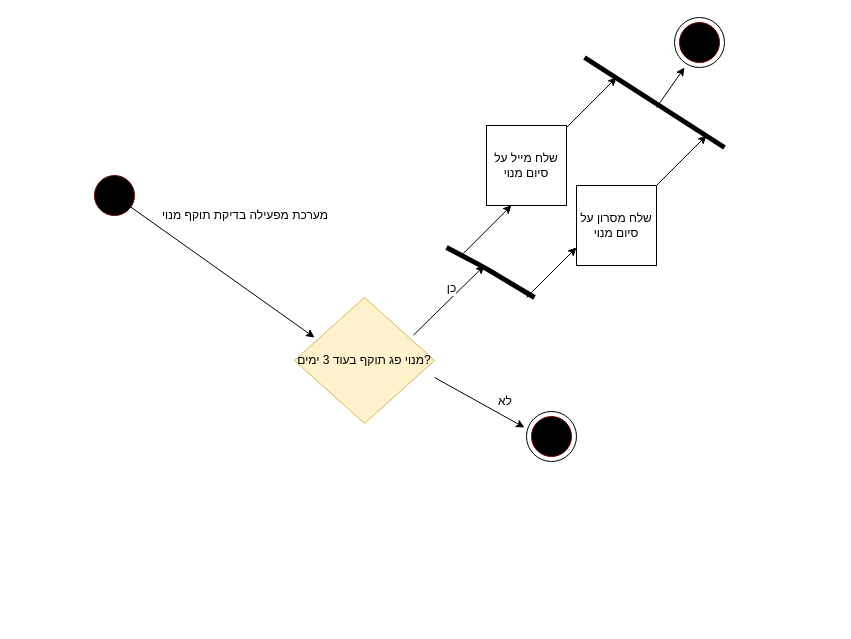
The draw.io diagram Task2/ActivityDiagram4.drawio in leeorkeynan/Software-engineering, before the edit. Source tidied: cells renumbered, new cells numbered last; positions are measured from the earlier drawing's top-left corner, leaving out a move shared by most shapes. Both pictures are drawn from the tidied source at 100%, with x=0, y=0 at pixel (94, 17).
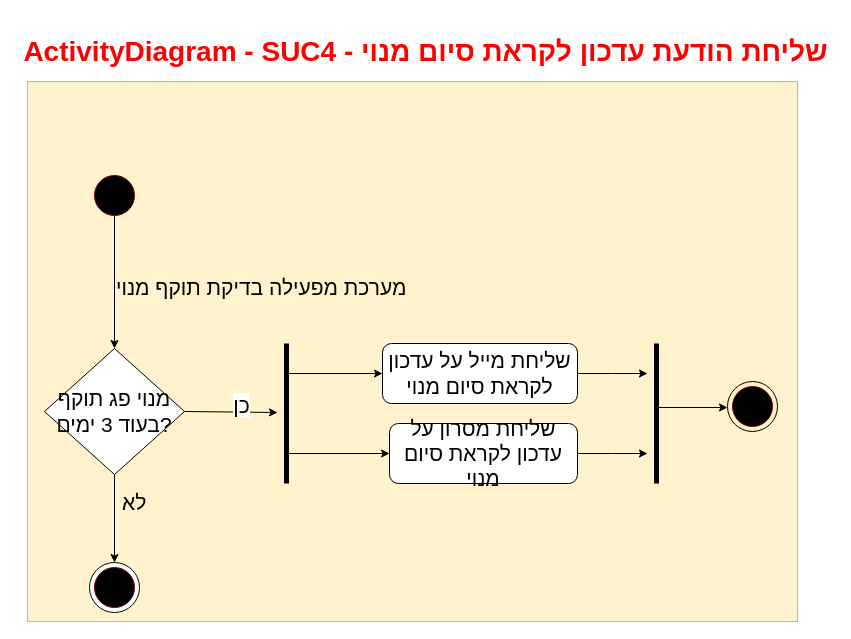
After the change.

The edit, as a diff of the source:
```diff
@@
+    <mxCell id="24" style="rounded=0;whiteSpace=wrap;html=1;fontSize=21;fillColor=#fff2cc;strokeColor=#d6b656;" parent="1" vertex="1">
+      <mxGeometry x="-67" y="64" width="770" height="540" as="geometry" />
+    </mxCell>
-    <mxCell id="2" style="endArrow=classic;html=1;" parent="1" edge="1" source="21">
-      <mxGeometry relative="1" as="geometry">
-        <mxPoint x="220" y="320" as="targetPoint" />
-      </mxGeometry>
+    <mxCell id="2" style="endArrow=classic;html=1;entryX=0.5;entryY=0;entryDx=0;entryDy=0;fontSize=21;" parent="1" edge="1" source="21" target="23">
+      <mxGeometry relative="1" as="geometry" />
     </mxCell>
-    <mxCell id="3" value="מערכת מפעילה בדיקת תוקף מנוי" style="text;html=1;align=left;verticalAlign=top;spacingTop=-4;" parent="1" vertex="1">
-      <mxGeometry x="66" y="188" width="170" height="20" as="geometry" />
+    <mxCell id="3" value="מערכת מפעילה בדיקת תוקף מנוי" style="text;html=1;align=left;verticalAlign=top;spacingTop=-4;fontSize=21;" parent="1" vertex="1">
+      <mxGeometry x="20" y="254.5" width="170" height="20" as="geometry" />
     </mxCell>
-    <mxCell id="4" style="endArrow=classic;html=1;exitX=0.85;exitY=0.298;exitDx=0;exitDy=0;exitPerimeter=0;" parent="1" edge="1" source="23">
+    <mxCell id="4" style="endArrow=classic;html=1;exitX=1;exitY=0.5;exitDx=0;exitDy=0;fontSize=21;" parent="1" edge="1" source="23">
       <mxGeometry relative="1" as="geometry">
-        <mxPoint x="390" y="248" as="targetPoint" />
+        <mxPoint x="183" y="395" as="targetPoint" />
       </mxGeometry>
     </mxCell>
-    <mxCell id="5" value="כן" style="text;html=1;align=center;verticalAlign=middle;labelBackgroundColor=#ffffff;" parent="4" vertex="1">
+    <mxCell id="5" value="כן" style="text;html=1;align=center;verticalAlign=middle;labelBackgroundColor=#ffffff;fontSize=21;" parent="4" vertex="1">
       <mxGeometry x="0.21" y="7" relative="1" as="geometry" />
     </mxCell>
-    <mxCell id="6" style="endArrow=classic;html=1;" parent="1" edge="1">
-      <mxGeometry relative="1" as="geometry">
-        <mxPoint x="340" y="360" as="sourcePoint" />
-        <mxPoint x="430" y="410" as="targetPoint" />
-      </mxGeometry>
+    <mxCell id="6" style="endArrow=classic;html=1;exitX=0.5;exitY=1;exitDx=0;exitDy=0;entryX=0.5;entryY=0;entryDx=0;entryDy=0;fontSize=21;" parent="1" edge="1" source="23" target="8">
+      <mxGeometry relative="1" as="geometry" />
     </mxCell>
-    <mxCell id="7" value="לא" style="text;html=1;align=left;verticalAlign=top;spacingTop=-4;" parent="1" vertex="1">
-      <mxGeometry x="402" y="374" width="30" height="20" as="geometry" />
+    <mxCell id="7" value="לא" style="text;html=1;align=left;verticalAlign=top;spacingTop=-4;fontSize=21;" parent="1" vertex="1">
+      <mxGeometry x="26" y="470" width="30" height="20" as="geometry" />
     </mxCell>
-    <mxCell id="8" style="ellipse;whiteSpace=wrap;html=1;" parent="1" vertex="1">
-      <mxGeometry x="432" y="394" width="50" height="50" as="geometry" />
+    <mxCell id="8" style="ellipse;whiteSpace=wrap;html=1;fontSize=21;" parent="1" vertex="1">
+      <mxGeometry x="-5" y="545" width="50" height="50" as="geometry" />
     </mxCell>
-    <mxCell id="9" style="ellipse;whiteSpace=wrap;html=1;fillColor=#000000;strokeColor=#6F0000;fontColor=#ffffff;" parent="1" vertex="1">
-      <mxGeometry x="437" y="399" width="40" height="40" as="geometry" />
+    <mxCell id="9" style="ellipse;whiteSpace=wrap;html=1;fillColor=#000000;strokeColor=#6F0000;fontColor=#ffffff;fontSize=21;" parent="1" vertex="1">
+      <mxGeometry y="550" width="40" height="40" as="geometry" />
     </mxCell>
-    <mxCell id="10" style="endArrow=none;html=1;strokeWidth=5;" parent="1" edge="1">
+    <mxCell id="10" style="endArrow=none;html=1;strokeWidth=5;fontSize=21;" parent="1" edge="1">
       <mxGeometry relative="1" as="geometry">
-        <mxPoint x="352" y="230" as="sourcePoint" />
-        <mxPoint x="440" y="280" as="targetPoint" />
+        <mxPoint x="192" y="326" as="sourcePoint" />
+        <mxPoint x="192" y="466" as="targetPoint" />
         <Array as="points">
-          <mxPoint x="390" y="250" />
+          <mxPoint x="192" y="396" />
         </Array>
       </mxGeometry>
     </mxCell>
-    <mxCell id="11" style="endArrow=classic;html=1;strokeWidth=1;" parent="1" edge="1">
+    <mxCell id="11" style="endArrow=classic;html=1;strokeWidth=1;entryX=0;entryY=0.5;entryDx=0;entryDy=0;fontSize=21;" parent="1" edge="1" target="29">
       <mxGeometry relative="1" as="geometry">
-        <mxPoint x="367" y="237.8" as="sourcePoint" />
-        <mxPoint x="417" y="187.8" as="targetPoint" />
+        <mxPoint x="193" y="356" as="sourcePoint" />
       </mxGeometry>
     </mxCell>
-    <mxCell id="12" style="endArrow=classic;html=1;strokeWidth=1;" parent="1" edge="1">
+    <mxCell id="12" style="endArrow=classic;html=1;strokeWidth=1;entryX=0;entryY=0.5;entryDx=0;entryDy=0;fontSize=21;" parent="1" edge="1" target="27">
       <mxGeometry relative="1" as="geometry">
-        <mxPoint x="432" y="280" as="sourcePoint" />
-        <mxPoint x="482" y="230" as="targetPoint" />
+        <mxPoint x="193" y="436" as="sourcePoint" />
       </mxGeometry>
     </mxCell>
-    <mxCell id="13" value="שלח מייל על סיום מנוי" style="whiteSpace=wrap;html=1;fillColor=#ffffff;" parent="1" vertex="1">
-      <mxGeometry x="392" y="108" width="80" height="80" as="geometry" />
-    </mxCell>
-    <mxCell id="14" value="שלח מסרון על סיום מנוי" style="whiteSpace=wrap;html=1;fillColor=#ffffff;" parent="1" vertex="1">
-      <mxGeometry x="482" y="168" width="80" height="80" as="geometry" />
-    </mxCell>
-    <mxCell id="15" style="endArrow=classic;html=1;strokeWidth=1;" parent="1" edge="1">
-      <mxGeometry relative="1" as="geometry">
-        <mxPoint x="562" y="168" as="sourcePoint" />
-        <mxPoint x="612" y="118" as="targetPoint" />
-      </mxGeometry>
-    </mxCell>
-    <mxCell id="16" style="endArrow=classic;html=1;strokeWidth=1;" parent="1" edge="1">
-      <mxGeometry relative="1" as="geometry">
-        <mxPoint x="472" y="110" as="sourcePoint" />
-        <mxPoint x="522" y="60" as="targetPoint" />
-      </mxGeometry>
-    </mxCell>
-    <mxCell id="17" style="endArrow=none;html=1;strokeWidth=5;" parent="1" edge="1">
-      <mxGeometry relative="1" as="geometry">
-        <mxPoint x="490" y="40" as="sourcePoint" />
-        <mxPoint x="630" y="130" as="targetPoint" />
-      </mxGeometry>
-    </mxCell>
-    <mxCell id="18" style="endArrow=classic;html=1;strokeWidth=1;" parent="1" edge="1">
-      <mxGeometry relative="1" as="geometry">
-        <mxPoint x="562" y="90" as="sourcePoint" />
-        <mxPoint x="590" y="50" as="targetPoint" />
-      </mxGeometry>
-    </mxCell>
-    <mxCell id="19" style="ellipse;whiteSpace=wrap;html=1;fillColor=#000000;strokeColor=#6F0000;fontColor=#ffffff;" parent="1" vertex="1">
-      <mxGeometry x="585" y="5" width="40" height="40" as="geometry" />
+    <mxCell id="19" style="ellipse;whiteSpace=wrap;html=1;fillColor=#000000;strokeColor=#6F0000;fontColor=#ffffff;fontSize=21;" parent="1" vertex="1">
+      <mxGeometry x="638" y="369" width="40" height="40" as="geometry" />
     </mxCell>
-    <mxCell id="20" style="ellipse;whiteSpace=wrap;html=1;fillColor=none;" parent="1" vertex="1">
-      <mxGeometry x="580" width="50" height="50" as="geometry" />
+    <mxCell id="20" style="ellipse;whiteSpace=wrap;html=1;fillColor=none;fontSize=21;" parent="1" vertex="1">
+      <mxGeometry x="633" y="364" width="50" height="50" as="geometry" />
     </mxCell>
-    <mxCell id="21" style="ellipse;whiteSpace=wrap;html=1;fillColor=#000000;strokeColor=#6F0000;fontColor=#ffffff;" parent="1" vertex="1">
+    <mxCell id="21" style="ellipse;whiteSpace=wrap;html=1;fillColor=#000000;strokeColor=#6F0000;fontColor=#ffffff;fontSize=21;" parent="1" vertex="1">
       <mxGeometry y="158" width="40" height="40" as="geometry" />
     </mxCell>
-    <mxCell id="22" style="endArrow=classic;html=1;" parent="1" edge="1" target="21">
+    <mxCell id="22" style="endArrow=classic;html=1;fontSize=21;" parent="1" edge="1" target="21">
       <mxGeometry relative="1" as="geometry">
         <mxPoint x="20" y="180" as="sourcePoint" />
       </mxGeometry>
     </mxCell>
-    <mxCell id="23" value="&lt;span&gt;מנוי פג תוקף בעוד 3 ימים?&lt;/span&gt;" style="rhombus;whiteSpace=wrap;html=1;fillColor=#fff2cc;strokeColor=#d6b656;" parent="1" vertex="1">
-      <mxGeometry x="200" y="280" width="140" height="126" as="geometry" />
+    <mxCell id="23" value="&lt;span style=&quot;font-size: 21px;&quot;&gt;מנוי פג תוקף בעוד 3 ימים?&lt;/span&gt;" style="rhombus;whiteSpace=wrap;html=1;fontSize=21;" parent="1" vertex="1">
+      <mxGeometry x="-50" y="331" width="140" height="126" as="geometry" />
     </mxCell>
+    <mxCell id="25" value="ActivityDiagram - SUC4 - שליחת הודעת עדכון לקראת סיום מנוי" style="text;html=1;strokeColor=none;fillColor=none;align=center;verticalAlign=middle;whiteSpace=wrap;rounded=0;fontSize=28;fontStyle=1;fontColor=#FF0000;" parent="1" vertex="1">
+      <mxGeometry x="-77" y="4" width="817" height="60" as="geometry" />
+    </mxCell>
+    <mxCell id="26" style="edgeStyle=orthogonalEdgeStyle;rounded=0;jettySize=auto;html=1;fontSize=21;" parent="1" edge="1" source="27">
+      <mxGeometry relative="1" as="geometry">
+        <mxPoint x="553" y="436" as="targetPoint" />
+      </mxGeometry>
+    </mxCell>
+    <mxCell id="27" value="שליחת מסרון על עדכון לקראת סיום מנוי" style="rounded=1;whiteSpace=wrap;html=1;fontSize=21;" parent="1" vertex="1">
+      <mxGeometry x="295" y="406" width="188" height="60" as="geometry" />
+    </mxCell>
+    <mxCell id="28" style="edgeStyle=orthogonalEdgeStyle;rounded=0;jettySize=auto;html=1;fontSize=21;" parent="1" edge="1" source="29">
+      <mxGeometry relative="1" as="geometry">
+        <mxPoint x="553" y="356" as="targetPoint" />
+      </mxGeometry>
+    </mxCell>
+    <mxCell id="29" value="שליחת מייל על עדכון לקראת סיום מנוי" style="rounded=1;whiteSpace=wrap;html=1;fontSize=21;" parent="1" vertex="1">
+      <mxGeometry x="288" y="326" width="195" height="60" as="geometry" />
+    </mxCell>
+    <mxCell id="30" style="endArrow=none;html=1;strokeWidth=5;fontSize=21;" parent="1" edge="1">
+      <mxGeometry relative="1" as="geometry">
+        <mxPoint x="562" y="326" as="sourcePoint" />
+        <mxPoint x="562" y="466" as="targetPoint" />
+        <Array as="points">
+          <mxPoint x="562" y="396" />
+        </Array>
+      </mxGeometry>
+    </mxCell>
+    <mxCell id="31" style="edgeStyle=orthogonalEdgeStyle;rounded=0;orthogonalLoop=1;jettySize=auto;html=1;fontSize=21;" parent="1" edge="1">
+      <mxGeometry relative="1" as="geometry">
+        <mxPoint x="563" y="390" as="sourcePoint" />
+        <mxPoint x="633" y="390" as="targetPoint" />
+      </mxGeometry>
+    </mxCell>
```
